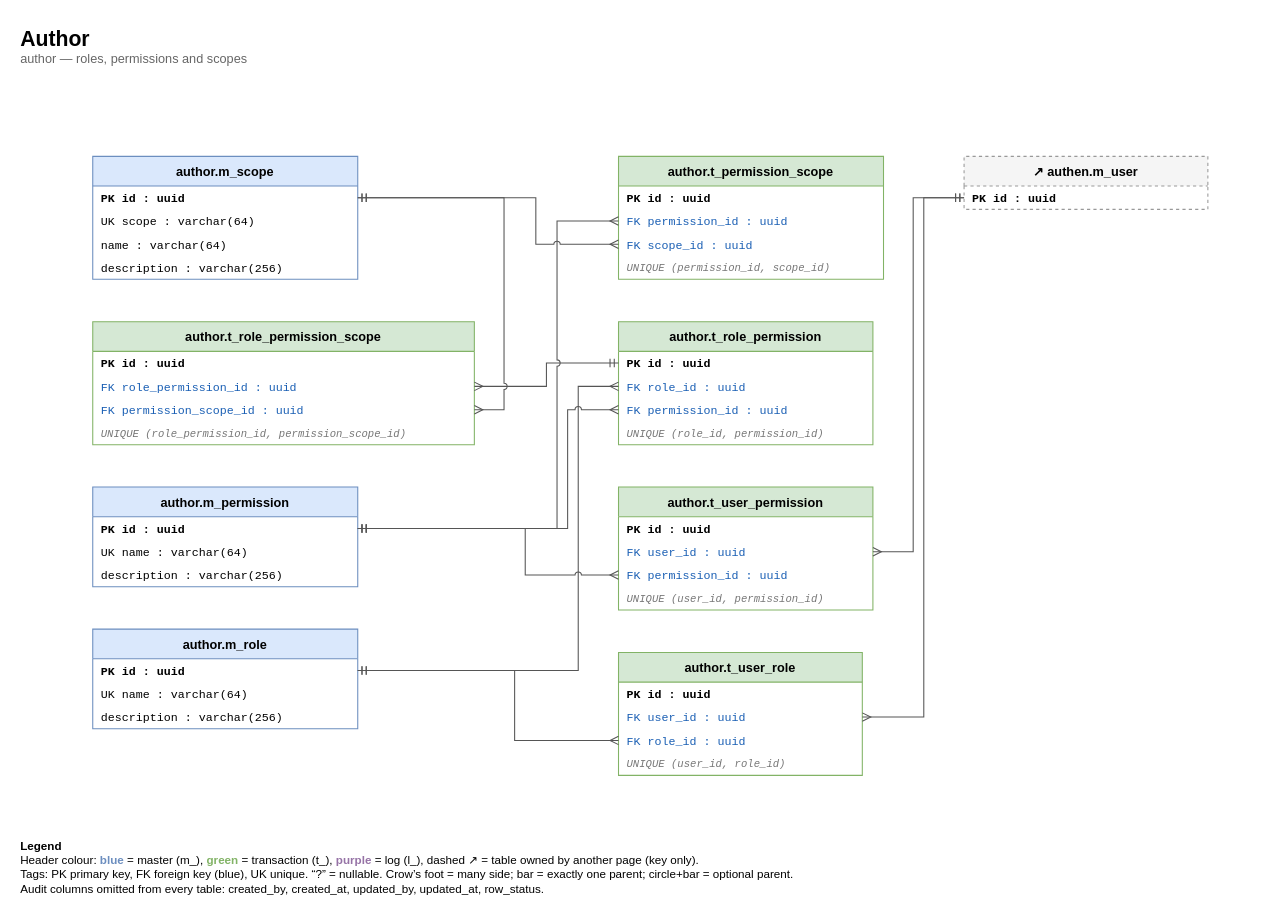
ittikornsopawan/system-analysis-and-design keeps this draw.io diagram as page "2 Author" (3 of 8) of e-commerce/db/er-diagram.drawio. Above is the earlier version. Source tidied: cells renumbered, new cells numbered last; positions are measured from the earlier drawing's top-left corner, leaving out a move shared by most shapes. Both pictures are drawn from the tidied source at 106%, with x=0, y=0 at pixel (18, 18).
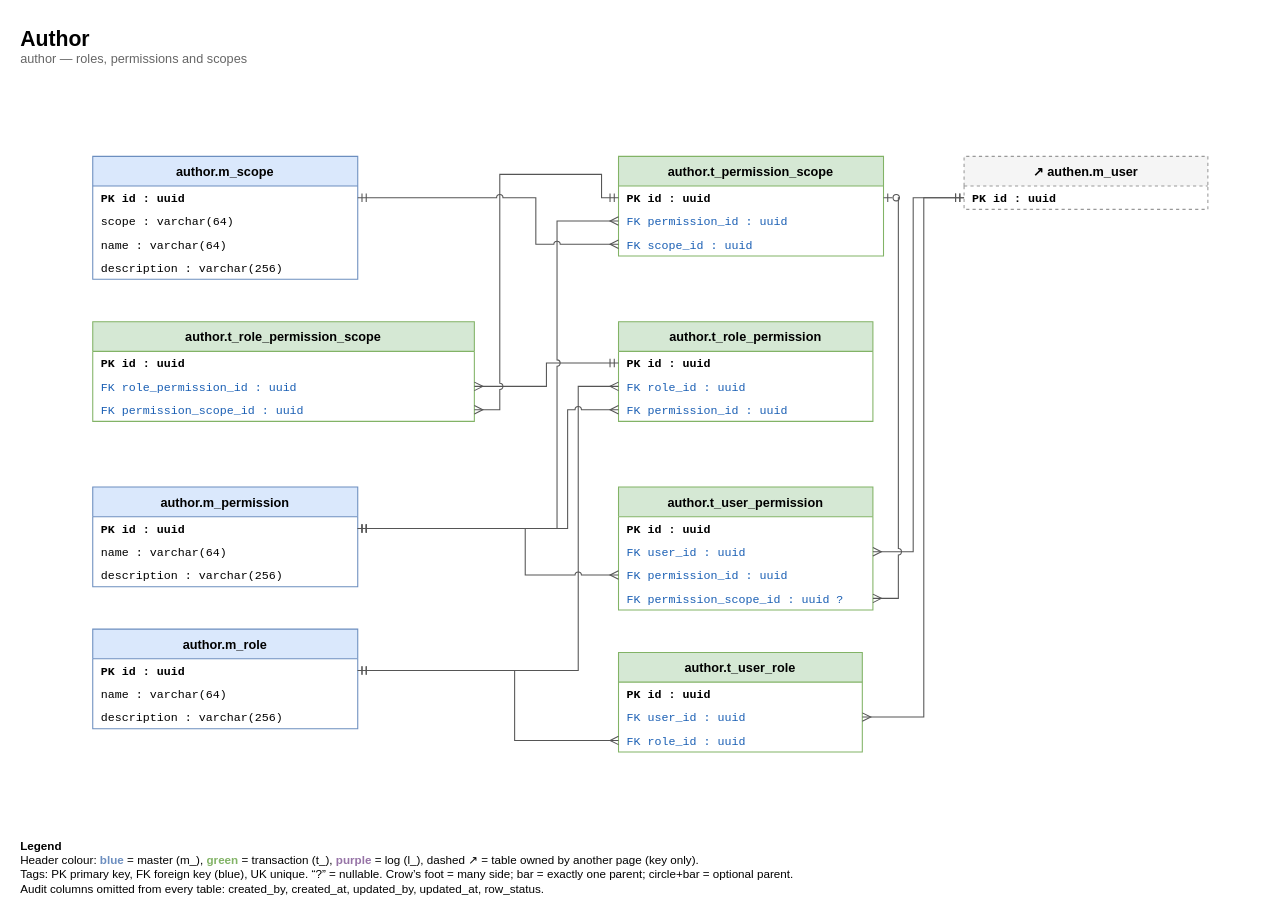
Above is the later version.

The change refers to these unchanged cells:
```xml
<mxCell id="3" value="author.m_scope" style="swimlane;fontStyle=1;horizontal=1;startSize=28;fillColor=#dae8fc;strokeColor=#6c8ebf;swimlaneFillColor=#ffffff;fontSize=12;" parent="1" vertex="1">
  <mxGeometry x="70" y="130" width="250" height="116" as="geometry" />
</mxCell>
<mxCell id="4" value="PK    id : uuid" style="text;html=0;strokeColor=none;fillColor=none;align=left;verticalAlign=middle;spacingLeft=6;spacingRight=4;overflow=hidden;whiteSpace=nowrap;fontFamily=Courier New;fontSize=11;fontStyle=1;" parent="3" vertex="1">
  <mxGeometry y="28" width="250" height="22" as="geometry" />
</mxCell>
<mxCell id="11" value="FK    permission_scope_id : uuid" style="text;html=0;strokeColor=none;fillColor=none;align=left;verticalAlign=middle;spacingLeft=6;spacingRight=4;overflow=hidden;whiteSpace=nowrap;fontFamily=Courier New;fontSize=11;fontColor=#1a5fb4;" parent="8" vertex="1">
  <mxGeometry y="72" width="360" height="22" as="geometry" />
</mxCell>
<mxCell id="13" value="author.m_permission" style="swimlane;fontStyle=1;horizontal=1;startSize=28;fillColor=#dae8fc;strokeColor=#6c8ebf;swimlaneFillColor=#ffffff;fontSize=12;" parent="1" vertex="1">
  <mxGeometry x="70" y="442" width="250" height="94" as="geometry" />
</mxCell>
<mxCell id="17" value="author.m_role" style="swimlane;fontStyle=1;horizontal=1;startSize=28;fillColor=#dae8fc;strokeColor=#6c8ebf;swimlaneFillColor=#ffffff;fontSize=12;" parent="1" vertex="1">
  <mxGeometry x="70" y="576" width="250" height="94" as="geometry" />
</mxCell>
<mxCell id="22" value="PK    id : uuid" style="text;html=0;strokeColor=none;fillColor=none;align=left;verticalAlign=middle;spacingLeft=6;spacingRight=4;overflow=hidden;whiteSpace=nowrap;fontFamily=Courier New;fontSize=11;fontStyle=1;" parent="21" vertex="1">
  <mxGeometry y="28" width="250" height="22" as="geometry" />
</mxCell>
<mxCell id="31" value="author.t_user_permission" style="swimlane;fontStyle=1;horizontal=1;startSize=28;fillColor=#d5e8d4;strokeColor=#82b366;swimlaneFillColor=#ffffff;fontSize=12;" parent="1" vertex="1">
  <mxGeometry x="566" y="442" width="240" height="116" as="geometry" />
</mxCell>
```

The edit, as a diff of the source:
```diff
@@
-    <mxCell id="5" value="UK    scope : varchar(64)" style="text;html=0;strokeColor=none;fillColor=none;align=left;verticalAlign=middle;spacingLeft=6;spacingRight=4;overflow=hidden;whiteSpace=nowrap;fontFamily=Courier New;fontSize=11;" parent="3" vertex="1">
+    <mxCell id="5" value="      scope : varchar(64)" style="text;html=0;strokeColor=none;fillColor=none;align=left;verticalAlign=middle;spacingLeft=6;spacingRight=4;overflow=hidden;whiteSpace=nowrap;fontFamily=Courier New;fontSize=11;" parent="3" vertex="1">
       <mxGeometry y="50" width="250" height="22" as="geometry" />
     </mxCell>
@@
     <mxCell id="8" value="author.t_role_permission_scope" style="swimlane;fontStyle=1;horizontal=1;startSize=28;fillColor=#d5e8d4;strokeColor=#82b366;swimlaneFillColor=#ffffff;fontSize=12;" parent="1" vertex="1">
-      <mxGeometry x="70" y="286" width="360" height="116" as="geometry" />
+      <mxGeometry x="70" y="286" width="360" height="94" as="geometry" />
     </mxCell>
@@
-    <mxCell id="12" value="UNIQUE (role_permission_id, permission_scope_id)" style="text;html=0;strokeColor=none;fillColor=none;align=left;verticalAlign=middle;spacingLeft=6;overflow=hidden;whiteSpace=nowrap;fontFamily=Courier New;fontSize=10;fontColor=#777777;fontStyle=2;" parent="8" vertex="1">
-      <mxGeometry y="94" width="360" height="22" as="geometry" />
-    </mxCell>
@@
-    <mxCell id="15" value="UK    name : varchar(64)" style="text;html=0;strokeColor=none;fillColor=none;align=left;verticalAlign=middle;spacingLeft=6;spacingRight=4;overflow=hidden;whiteSpace=nowrap;fontFamily=Courier New;fontSize=11;" parent="13" vertex="1">
+    <mxCell id="15" value="      name : varchar(64)" style="text;html=0;strokeColor=none;fillColor=none;align=left;verticalAlign=middle;spacingLeft=6;spacingRight=4;overflow=hidden;whiteSpace=nowrap;fontFamily=Courier New;fontSize=11;" parent="13" vertex="1">
       <mxGeometry y="50" width="250" height="22" as="geometry" />
     </mxCell>
@@
-    <mxCell id="19" value="UK    name : varchar(64)" style="text;html=0;strokeColor=none;fillColor=none;align=left;verticalAlign=middle;spacingLeft=6;spacingRight=4;overflow=hidden;whiteSpace=nowrap;fontFamily=Courier New;fontSize=11;" parent="17" vertex="1">
+    <mxCell id="19" value="      name : varchar(64)" style="text;html=0;strokeColor=none;fillColor=none;align=left;verticalAlign=middle;spacingLeft=6;spacingRight=4;overflow=hidden;whiteSpace=nowrap;fontFamily=Courier New;fontSize=11;" parent="17" vertex="1">
       <mxGeometry y="50" width="250" height="22" as="geometry" />
     </mxCell>
@@
     <mxCell id="21" value="author.t_permission_scope" style="swimlane;fontStyle=1;horizontal=1;startSize=28;fillColor=#d5e8d4;strokeColor=#82b366;swimlaneFillColor=#ffffff;fontSize=12;" parent="1" vertex="1">
-      <mxGeometry x="566" y="130" width="250" height="116" as="geometry" />
+      <mxGeometry x="566" y="130" width="250" height="94" as="geometry" />
     </mxCell>
@@
-    <mxCell id="25" value="UNIQUE (permission_id, scope_id)" style="text;html=0;strokeColor=none;fillColor=none;align=left;verticalAlign=middle;spacingLeft=6;overflow=hidden;whiteSpace=nowrap;fontFamily=Courier New;fontSize=10;fontColor=#777777;fontStyle=2;" parent="21" vertex="1">
-      <mxGeometry y="94" width="250" height="22" as="geometry" />
-    </mxCell>
     <mxCell id="26" value="author.t_role_permission" style="swimlane;fontStyle=1;horizontal=1;startSize=28;fillColor=#d5e8d4;strokeColor=#82b366;swimlaneFillColor=#ffffff;fontSize=12;" parent="1" vertex="1">
-      <mxGeometry x="566" y="286" width="240" height="116" as="geometry" />
+      <mxGeometry x="566" y="286" width="240" height="94" as="geometry" />
     </mxCell>
@@
-    <mxCell id="30" value="UNIQUE (role_id, permission_id)" style="text;html=0;strokeColor=none;fillColor=none;align=left;verticalAlign=middle;spacingLeft=6;overflow=hidden;whiteSpace=nowrap;fontFamily=Courier New;fontSize=10;fontColor=#777777;fontStyle=2;" parent="26" vertex="1">
-      <mxGeometry y="94" width="240" height="22" as="geometry" />
-    </mxCell>
@@
-    <mxCell id="35" value="UNIQUE (user_id, permission_id)" style="text;html=0;strokeColor=none;fillColor=none;align=left;verticalAlign=middle;spacingLeft=6;overflow=hidden;whiteSpace=nowrap;fontFamily=Courier New;fontSize=10;fontColor=#777777;fontStyle=2;" parent="31" vertex="1">
+    <mxCell id="35" value="FK    permission_scope_id : uuid ?" style="text;html=0;strokeColor=none;fillColor=none;align=left;verticalAlign=middle;spacingLeft=6;spacingRight=4;overflow=hidden;whiteSpace=nowrap;fontFamily=Courier New;fontSize=11;fontColor=#1a5fb4;" parent="31" vertex="1">
       <mxGeometry y="94" width="240" height="22" as="geometry" />
     </mxCell>
     <mxCell id="36" value="author.t_user_role" style="swimlane;fontStyle=1;horizontal=1;startSize=28;fillColor=#d5e8d4;strokeColor=#82b366;swimlaneFillColor=#ffffff;fontSize=12;" parent="1" vertex="1">
-      <mxGeometry x="566" y="598" width="230" height="116" as="geometry" />
+      <mxGeometry x="566" y="598" width="230" height="94" as="geometry" />
     </mxCell>
@@
-    <mxCell id="40" value="UNIQUE (user_id, role_id)" style="text;html=0;strokeColor=none;fillColor=none;align=left;verticalAlign=middle;spacingLeft=6;overflow=hidden;whiteSpace=nowrap;fontFamily=Courier New;fontSize=10;fontColor=#777777;fontStyle=2;" parent="36" vertex="1">
-      <mxGeometry y="94" width="230" height="22" as="geometry" />
-    </mxCell>
@@
-    <mxCell id="44" style="html=1;rounded=0;jumpStyle=arc;jumpSize=6;startArrow=ERmany;startFill=0;endArrow=ERmandOne;endFill=0;strokeColor=#555555;exitX=1;exitY=0.5;exitDx=0;exitDy=0;entryX=1;entryY=0.5;entryDx=0;entryDy=0;" parent="1" edge="1" source="11" target="4">
+    <mxCell id="44" style="html=1;rounded=0;jumpStyle=arc;jumpSize=6;startArrow=ERmany;startFill=0;endArrow=ERmandOne;endFill=0;strokeColor=#555555;exitX=1;exitY=0.5;exitDx=0;exitDy=0;entryX=0;entryY=0.5;entryDx=0;entryDy=0;" parent="1" edge="1" source="11" target="22">
       <mxGeometry relative="1" as="geometry">
         <Array as="points">
-          <mxPoint x="458" y="369" />
-          <mxPoint x="458" y="169" />
+          <mxPoint x="454" y="369" />
+          <mxPoint x="454" y="147" />
+          <mxPoint x="550" y="147" />
+          <mxPoint x="550" y="169" />
         </Array>
       </mxGeometry>
     </mxCell>
@@
+    <mxCell id="54" style="html=1;rounded=0;jumpStyle=arc;jumpSize=6;startArrow=ERmany;startFill=0;endArrow=ERzeroToOne;endFill=0;strokeColor=#555555;exitX=1;exitY=0.5;exitDx=0;exitDy=0;entryX=1;entryY=0.5;entryDx=0;entryDy=0;" parent="1" edge="1" source="35" target="22">
+      <mxGeometry relative="1" as="geometry">
+        <Array as="points">
+          <mxPoint x="830" y="547" />
+          <mxPoint x="830" y="169" />
+        </Array>
+      </mxGeometry>
+    </mxCell>
```
